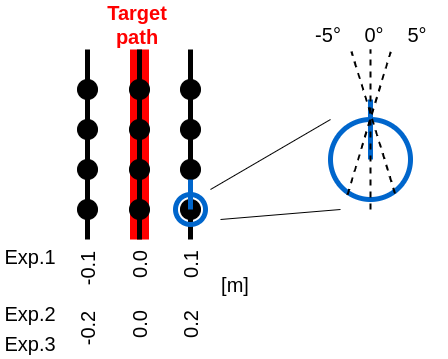
Above: img/collect2.png in YuukiTakahashi4690/rmdformat2022 (draw.io), before the change. Source tidied: cells renumbered, new cells last; positions are measured from the earlier drawing's top-left corner, leaving out a move shared by most shapes.
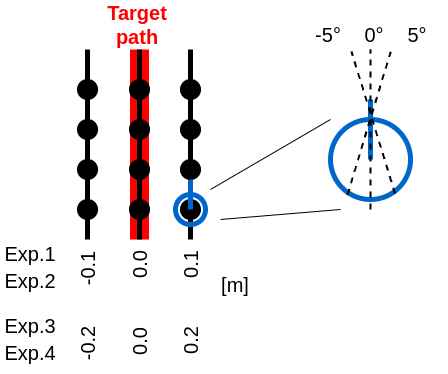
After the change.

What changed in the source:
```diff
@@ -21,7 +21,7 @@
       <mxGeometry x="387" y="10" width="60" height="30" as="geometry" />
     </mxCell>
     <mxCell id="7" value="&lt;font color=&quot;#000000&quot;&gt;0.2&lt;br&gt;&lt;/font&gt;" style="text;html=1;strokeColor=none;fillColor=none;align=center;verticalAlign=middle;whiteSpace=wrap;rounded=0;fontSize=20;fontColor=#FF0000;rotation=-90;" parent="1" vertex="1">
-      <mxGeometry x="160" y="300" width="60" height="30" as="geometry" />
+      <mxGeometry x="160" y="316" width="60" height="30" as="geometry" />
     </mxCell>
     <mxCell id="8" style="group;" parent="1" vertex="1">
       <mxGeometry x="175" y="10" width="235" height="205" as="geometry" />
@@ -115,9 +115,6 @@
     <mxCell id="31" value="&lt;font color=&quot;#000000&quot;&gt;0.0&lt;br&gt;&lt;/font&gt;" style="text;html=1;strokeColor=none;fillColor=none;align=center;verticalAlign=middle;whiteSpace=wrap;rounded=0;fontSize=20;fontColor=#FF0000;rotation=-90;" parent="24" vertex="1">
       <mxGeometry x="-15" y="200" width="60" height="30" as="geometry" />
     </mxCell>
-    <mxCell id="32" value="&lt;font color=&quot;#000000&quot;&gt;0.0&lt;br&gt;&lt;/font&gt;" style="text;html=1;strokeColor=none;fillColor=none;align=center;verticalAlign=middle;whiteSpace=wrap;rounded=0;fontSize=20;fontColor=#FF0000;rotation=-90;" parent="24" vertex="1">
-      <mxGeometry x="-15" y="260" width="60" height="30" as="geometry" />
-    </mxCell>
     <mxCell id="33" style="group;" parent="1" vertex="1">
       <mxGeometry x="72" y="40" width="30" height="309" as="geometry" />
     </mxCell>
@@ -142,20 +139,26 @@
     <mxCell id="39" value="&lt;font color=&quot;#000000&quot;&gt;-0.1&lt;/font&gt;" style="text;html=1;strokeColor=none;fillColor=none;align=center;verticalAlign=middle;whiteSpace=wrap;rounded=0;fontSize=20;fontColor=#FF0000;rotation=-90;" parent="33" vertex="1">
       <mxGeometry x="-15" y="204" width="60" height="30" as="geometry" />
     </mxCell>
-    <mxCell id="40" value="&lt;font color=&quot;#000000&quot;&gt;-0.2&lt;/font&gt;" style="text;html=1;strokeColor=none;fillColor=none;align=center;verticalAlign=middle;whiteSpace=wrap;rounded=0;fontSize=20;fontColor=#FF0000;rotation=-90;" parent="33" vertex="1">
-      <mxGeometry x="-15" y="264" width="60" height="30" as="geometry" />
-    </mxCell>
     <mxCell id="41" style="group;" parent="1" vertex="1">
-      <mxGeometry y="232" width="60" height="117" as="geometry" />
+      <mxGeometry y="232" width="60" height="128" as="geometry" />
     </mxCell>
     <mxCell id="42" value="Exp.1" style="text;html=1;strokeColor=none;fillColor=none;align=center;verticalAlign=middle;whiteSpace=wrap;rounded=0;fontSize=20;fontColor=#000000;" parent="41" vertex="1">
-      <mxGeometry width="60" height="30" as="geometry" />
+      <mxGeometry y="-3" width="60" height="30" as="geometry" />
     </mxCell>
     <mxCell id="43" value="Exp.2" style="text;html=1;strokeColor=none;fillColor=none;align=center;verticalAlign=middle;whiteSpace=wrap;rounded=0;fontSize=20;fontColor=#000000;" parent="41" vertex="1">
-      <mxGeometry y="57" width="60" height="30" as="geometry" />
+      <mxGeometry y="24" width="60" height="30" as="geometry" />
     </mxCell>
     <mxCell id="44" value="Exp.3" style="text;html=1;strokeColor=none;fillColor=none;align=center;verticalAlign=middle;whiteSpace=wrap;rounded=0;fontSize=20;fontColor=#000000;" parent="41" vertex="1">
-      <mxGeometry y="87" width="60" height="30" as="geometry" />
+      <mxGeometry y="69" width="60" height="30" as="geometry" />
     </mxCell>
+    <mxCell id="45" value="Exp.4" style="text;html=1;strokeColor=none;fillColor=none;align=center;verticalAlign=middle;whiteSpace=wrap;rounded=0;fontSize=20;fontColor=#000000;" parent="41" vertex="1">
+      <mxGeometry y="96" width="60" height="30" as="geometry" />
+    </mxCell>
+    <mxCell id="40" value="&lt;font color=&quot;#000000&quot;&gt;-0.2&lt;/font&gt;" style="text;html=1;strokeColor=none;fillColor=none;align=center;verticalAlign=middle;whiteSpace=wrap;rounded=0;fontSize=20;fontColor=#FF0000;rotation=-90;" parent="1" vertex="1">
+      <mxGeometry x="57" y="319" width="60" height="30" as="geometry" />
+    </mxCell>
+    <mxCell id="32" value="&lt;font color=&quot;#000000&quot;&gt;0.0&lt;br&gt;&lt;/font&gt;" style="text;html=1;strokeColor=none;fillColor=none;align=center;verticalAlign=middle;whiteSpace=wrap;rounded=0;fontSize=20;fontColor=#FF0000;rotation=-90;" parent="1" vertex="1">
+      <mxGeometry x="109" y="317" width="60" height="30" as="geometry" />
+    </mxCell>
   </root>
 </mxGraphModel>
```
